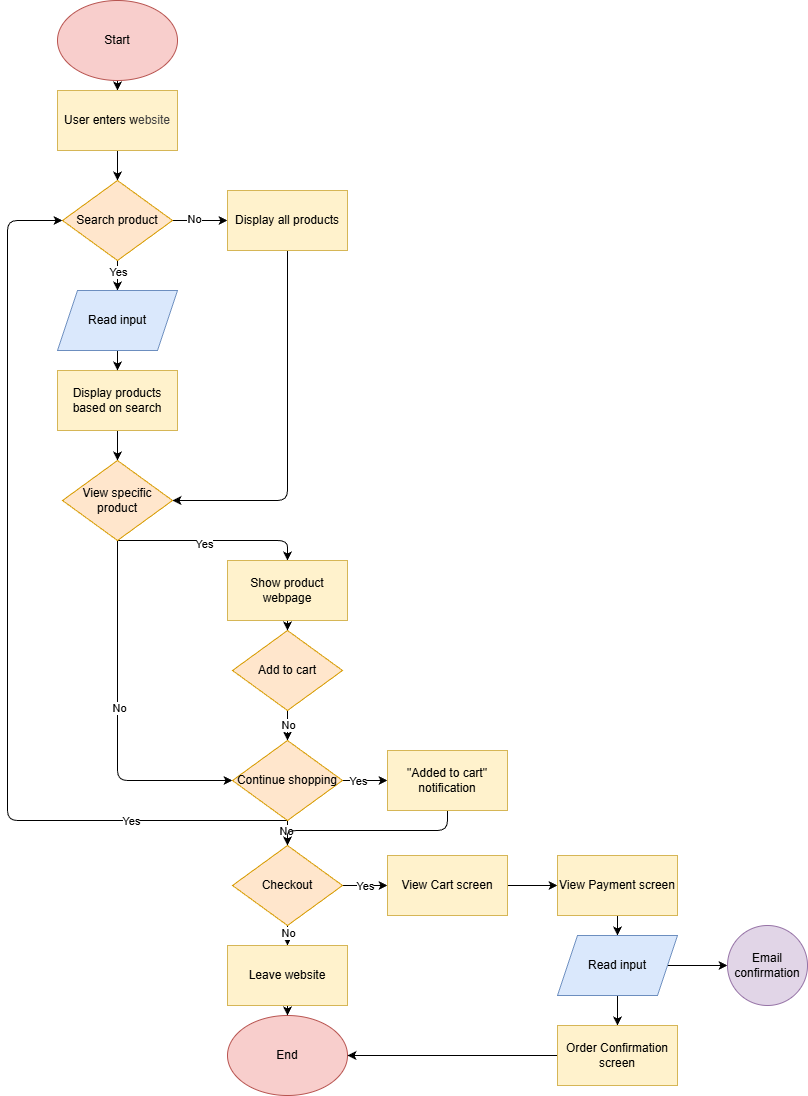
The draw.io diagram explore/diagramming/diagram.drawio.png in dwu0501/sp26-cse110-lab4, before a commit. Source tidied: cells renumbered, new cells last; positions are measured from the earlier drawing's top-left corner, leaving out a move shared by most shapes.
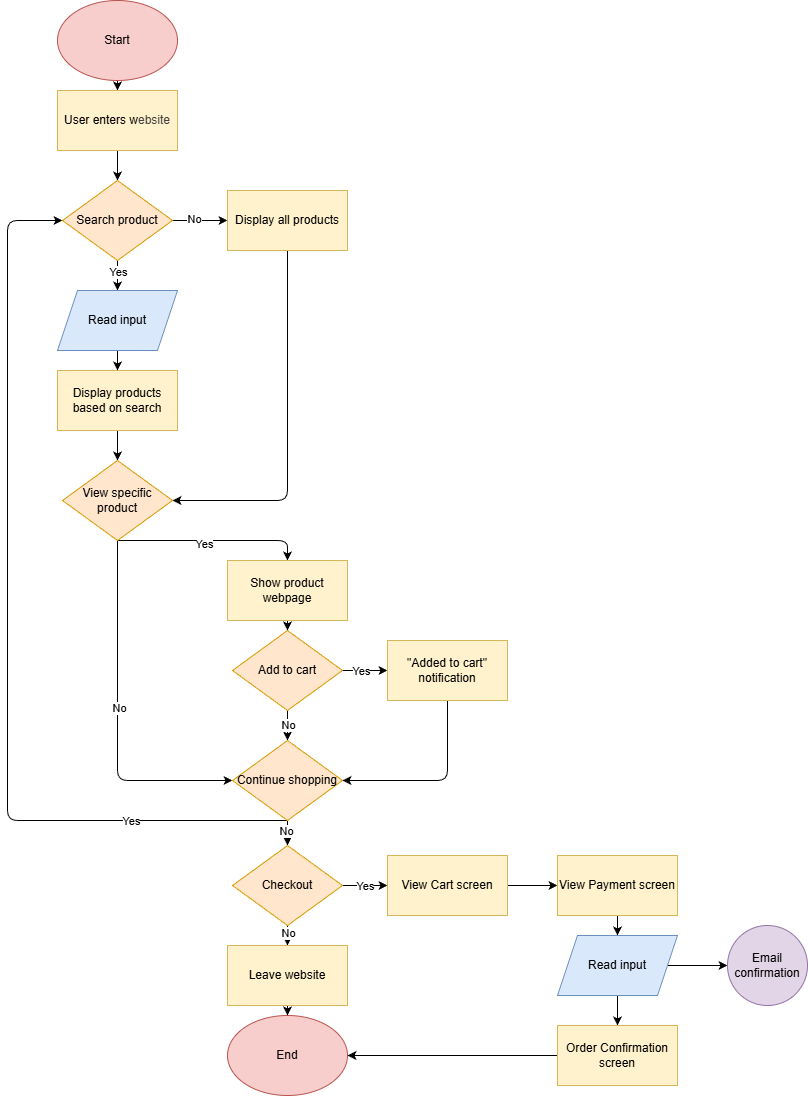
Later version of the same file.

Change to the diagram source:
```diff
@@ -83,6 +83,14 @@
         <mxPoint x="-2" as="offset" />
       </mxGeometry>
     </mxCell>
+    <mxCell id="55" style="edgeStyle=none;html=1;entryX=0;entryY=0.5;entryDx=0;entryDy=0;" parent="1" edge="1" source="23" target="54">
+      <mxGeometry relative="1" as="geometry" />
+    </mxCell>
+    <mxCell id="31" value="Yes" style="edgeLabel;html=1;align=center;verticalAlign=middle;" parent="55" vertex="1">
+      <mxGeometry x="-0.2" y="-1" relative="1" as="geometry">
+        <mxPoint y="-1" as="offset" />
+      </mxGeometry>
+    </mxCell>
     <mxCell id="23" value="Add to cart" style="rhombus;whiteSpace=wrap;html=1;fillColor=#ffe6cc;strokeColor=#d79b00;" parent="1" vertex="1">
       <mxGeometry x="225" y="630" width="110" height="80" as="geometry" />
     </mxCell>
@@ -111,14 +119,6 @@
     <mxCell id="29" value="No" style="edgeLabel;html=1;align=center;verticalAlign=middle;" parent="28" vertex="1">
       <mxGeometry x="-0.17" y="-2" relative="1" as="geometry" />
     </mxCell>
-    <mxCell id="30" style="edgeStyle=none;html=1;entryX=0;entryY=0.5;entryDx=0;entryDy=0;" parent="1" edge="1" source="32" target="54">
-      <mxGeometry relative="1" as="geometry" />
-    </mxCell>
-    <mxCell id="31" value="Yes" style="edgeLabel;html=1;align=center;verticalAlign=middle;" parent="30" vertex="1">
-      <mxGeometry x="0.07" y="1" relative="1" as="geometry">
-        <mxPoint x="-9" y="1" as="offset" />
-      </mxGeometry>
-    </mxCell>
     <mxCell id="32" value="Continue shopping" style="rhombus;whiteSpace=wrap;html=1;fillColor=#ffe6cc;strokeColor=#d79b00;" parent="1" vertex="1">
       <mxGeometry x="225" y="740" width="110" height="80" as="geometry" />
     </mxCell>
@@ -186,16 +186,15 @@
     <mxCell id="52" value="Email confirmation" style="ellipse;whiteSpace=wrap;html=1;fillColor=#e1d5e7;strokeColor=#9673a6;" parent="1" vertex="1">
       <mxGeometry x="720" y="925" width="80" height="80" as="geometry" />
     </mxCell>
-    <mxCell id="53" style="edgeStyle=none;html=1;entryX=0.5;entryY=0;entryDx=0;entryDy=0;" parent="1" edge="1" source="54" target="37">
-      <mxGeometry relative="1" as="geometry">
-        <Array as="points">
-          <mxPoint x="440" y="830" />
-          <mxPoint x="280" y="830" />
-        </Array>
-      </mxGeometry>
-    </mxCell>
+    <mxCell id="56" style="edgeStyle=none;html=1;entryX=1;entryY=0.5;entryDx=0;entryDy=0;" parent="1" edge="1" source="54" target="32">
+      <mxGeometry relative="1" as="geometry">
+        <Array as="points">
+          <mxPoint x="440" y="780" />
+        </Array>
+      </mxGeometry>
+    </mxCell>
     <mxCell id="54" value="&quot;Added to cart&quot; notification" style="rounded=0;whiteSpace=wrap;html=1;fillColor=#fff2cc;strokeColor=#d6b656;" parent="1" vertex="1">
-      <mxGeometry x="380" y="750" width="120" height="60" as="geometry" />
+      <mxGeometry x="380" y="640" width="120" height="60" as="geometry" />
     </mxCell>
   </root>
 </mxGraphModel>
```
